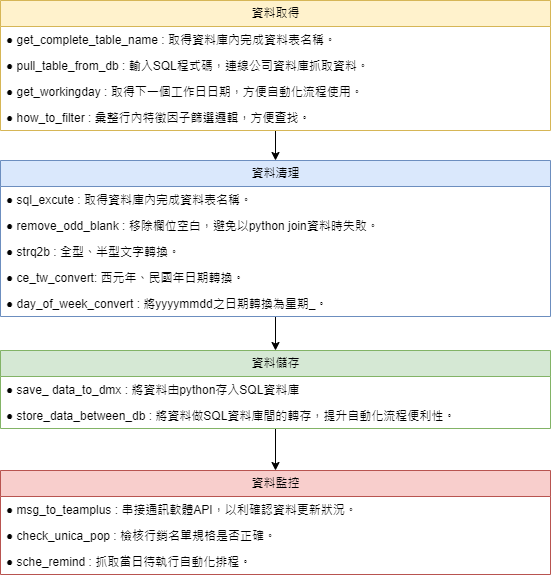
This is 智數組專用套件.png from RolandoHsu/py_package_c834, a draw.io export, as it was before one commit. Source tidied: cells renumbered, new cells last; positions are measured from the earlier drawing's top-left corner, leaving out a move shared by most shapes. The source it was exported from:
```xml
<mxGraphModel>
  <root>
    <mxCell id="0" />
    <mxCell id="1" parent="0" />
    <mxCell id="2" style="edgeStyle=orthogonalEdgeStyle;rounded=0;jettySize=auto;html=1;entryX=0.5;entryY=0;entryDx=0;entryDy=0;" parent="1" edge="1" source="3" target="9">
      <mxGeometry relative="1" as="geometry" />
    </mxCell>
    <mxCell id="3" value="資料取得" style="swimlane;fontStyle=0;horizontal=1;startSize=26;fillColor=#fff2cc;html=1;strokeColor=#d6b656;" parent="1" vertex="1">
      <mxGeometry width="550" height="130" as="geometry" />
    </mxCell>
    <mxCell id="4" value="● get_complete_table_name : 取得資料庫內完成資料表名稱。" style="text;strokeColor=none;fillColor=none;align=left;verticalAlign=top;spacingLeft=4;spacingRight=4;overflow=hidden;whiteSpace=wrap;html=1;" parent="3" vertex="1">
      <mxGeometry y="26" width="550" height="26" as="geometry" />
    </mxCell>
    <mxCell id="5" value="●&amp;nbsp;pull_table_from_db : 輸入SQL程式碼，連線公司資料庫抓取資料。" style="text;strokeColor=none;fillColor=none;align=left;verticalAlign=top;spacingLeft=4;spacingRight=4;overflow=hidden;whiteSpace=wrap;html=1;" parent="3" vertex="1">
      <mxGeometry y="52" width="550" height="26" as="geometry" />
    </mxCell>
    <mxCell id="6" value="●&amp;nbsp;get_workingday : 取得下一個工作日日期，方便自動化流程使用。" style="text;strokeColor=none;fillColor=none;align=left;verticalAlign=top;spacingLeft=4;spacingRight=4;overflow=hidden;whiteSpace=wrap;html=1;" parent="3" vertex="1">
      <mxGeometry y="78" width="550" height="26" as="geometry" />
    </mxCell>
    <mxCell id="7" value="●&amp;nbsp;how_to_filter : 彙整行內特徵因子篩選邏輯，方便查找。" style="text;strokeColor=none;fillColor=none;align=left;verticalAlign=top;spacingLeft=4;spacingRight=4;overflow=hidden;whiteSpace=wrap;html=1;" parent="3" vertex="1">
      <mxGeometry y="104" width="550" height="26" as="geometry" />
    </mxCell>
    <mxCell id="8" style="edgeStyle=orthogonalEdgeStyle;rounded=0;jettySize=auto;html=1;" parent="1" edge="1" source="9" target="16">
      <mxGeometry relative="1" as="geometry" />
    </mxCell>
    <mxCell id="9" value="資料清理" style="swimlane;fontStyle=0;horizontal=1;startSize=26;fillColor=#dae8fc;html=1;strokeColor=#6c8ebf;" parent="1" vertex="1">
      <mxGeometry y="160" width="550" height="156" as="geometry" />
    </mxCell>
    <mxCell id="10" value="●&amp;nbsp;sql_excute : 取得資料庫內完成資料表名稱。" style="text;strokeColor=none;fillColor=none;align=left;verticalAlign=top;spacingLeft=4;spacingRight=4;overflow=hidden;whiteSpace=wrap;html=1;" parent="9" vertex="1">
      <mxGeometry y="26" width="550" height="26" as="geometry" />
    </mxCell>
    <mxCell id="11" value="● remove_odd_blank : 移除欄位空白，避免以python join資料時失敗。" style="text;strokeColor=none;fillColor=none;align=left;verticalAlign=top;spacingLeft=4;spacingRight=4;overflow=hidden;whiteSpace=wrap;html=1;" parent="9" vertex="1">
      <mxGeometry y="52" width="550" height="26" as="geometry" />
    </mxCell>
    <mxCell id="12" value="●&amp;nbsp;strq2b : 全型、半型文字轉換。" style="text;strokeColor=none;fillColor=none;align=left;verticalAlign=top;spacingLeft=4;spacingRight=4;overflow=hidden;whiteSpace=wrap;html=1;" parent="9" vertex="1">
      <mxGeometry y="78" width="550" height="26" as="geometry" />
    </mxCell>
    <mxCell id="13" value="● ce_tw_convert: 西元年、民國年日期轉換。" style="text;strokeColor=none;fillColor=none;align=left;verticalAlign=top;spacingLeft=4;spacingRight=4;overflow=hidden;whiteSpace=wrap;html=1;" parent="9" vertex="1">
      <mxGeometry y="104" width="550" height="26" as="geometry" />
    </mxCell>
    <mxCell id="14" value="●&amp;nbsp;day_of_week_convert : 將yyyymmdd之日期轉換為星期_。" style="text;strokeColor=none;fillColor=none;align=left;verticalAlign=top;spacingLeft=4;spacingRight=4;overflow=hidden;whiteSpace=wrap;html=1;" parent="9" vertex="1">
      <mxGeometry y="130" width="550" height="26" as="geometry" />
    </mxCell>
    <mxCell id="15" style="edgeStyle=orthogonalEdgeStyle;rounded=0;jettySize=auto;html=1;entryX=0.5;entryY=0;entryDx=0;entryDy=0;" parent="1" edge="1" source="16" target="19">
      <mxGeometry relative="1" as="geometry" />
    </mxCell>
    <mxCell id="16" value="資料儲存" style="swimlane;fontStyle=0;horizontal=1;startSize=26;fillColor=#d5e8d4;html=1;strokeColor=#82b366;" parent="1" vertex="1">
      <mxGeometry y="350" width="550" height="78" as="geometry" />
    </mxCell>
    <mxCell id="17" value="●&amp;nbsp;save_ data_to_dmx : 將資料由python存入SQL資料庫" style="text;strokeColor=none;fillColor=none;align=left;verticalAlign=top;spacingLeft=4;spacingRight=4;overflow=hidden;whiteSpace=wrap;html=1;" parent="16" vertex="1">
      <mxGeometry y="26" width="550" height="26" as="geometry" />
    </mxCell>
    <mxCell id="18" value="●&amp;nbsp;store_data_between_db : 將資料做SQL資料庫間的轉存，提升自動化流程便利性。" style="text;strokeColor=none;fillColor=none;align=left;verticalAlign=top;spacingLeft=4;spacingRight=4;overflow=hidden;whiteSpace=wrap;html=1;" parent="16" vertex="1">
      <mxGeometry y="52" width="550" height="26" as="geometry" />
    </mxCell>
    <mxCell id="19" value="資料監控" style="swimlane;fontStyle=0;horizontal=1;startSize=26;fillColor=#f8cecc;html=1;strokeColor=#b85450;" parent="1" vertex="1">
      <mxGeometry y="470" width="550" height="104" as="geometry" />
    </mxCell>
    <mxCell id="20" value="●&amp;nbsp;msg_to_teamplus : 串接通訊軟體API，以利確認資料更新狀況。" style="text;strokeColor=none;fillColor=none;align=left;verticalAlign=top;spacingLeft=4;spacingRight=4;overflow=hidden;whiteSpace=wrap;html=1;" parent="19" vertex="1">
      <mxGeometry y="26" width="550" height="26" as="geometry" />
    </mxCell>
    <mxCell id="21" value="● check_unica_pop : 檢核行銷名單規格是否正確。" style="text;strokeColor=none;fillColor=none;align=left;verticalAlign=top;spacingLeft=4;spacingRight=4;overflow=hidden;whiteSpace=wrap;html=1;" parent="19" vertex="1">
      <mxGeometry y="52" width="550" height="26" as="geometry" />
    </mxCell>
    <mxCell id="22" value="●&amp;nbsp;sche_remind : 抓取當日待執行自動化排程。" style="text;strokeColor=none;fillColor=none;align=left;verticalAlign=top;spacingLeft=4;spacingRight=4;overflow=hidden;whiteSpace=wrap;html=1;" parent="19" vertex="1">
      <mxGeometry y="78" width="550" height="26" as="geometry" />
    </mxCell>
  </root>
</mxGraphModel>
```
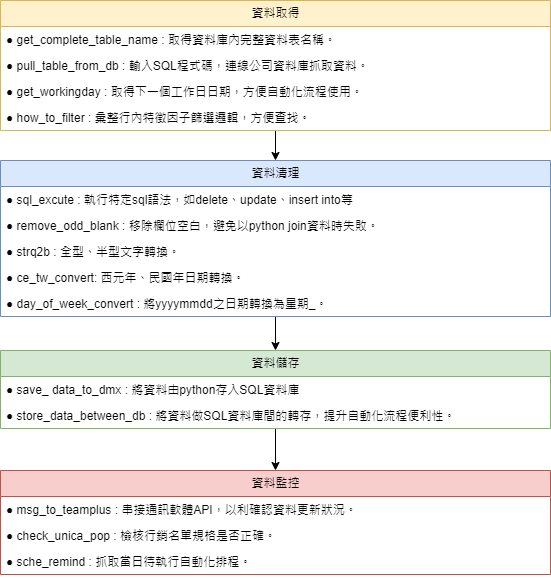
The same diagram one commit later.

What changed in the source:
```diff
@@ -8,7 +8,7 @@
     <mxCell id="3" value="資料取得" style="swimlane;fontStyle=0;horizontal=1;startSize=26;fillColor=#fff2cc;html=1;strokeColor=#d6b656;" parent="1" vertex="1">
       <mxGeometry width="550" height="130" as="geometry" />
     </mxCell>
-    <mxCell id="4" value="● get_complete_table_name : 取得資料庫內完成資料表名稱。" style="text;strokeColor=none;fillColor=none;align=left;verticalAlign=top;spacingLeft=4;spacingRight=4;overflow=hidden;whiteSpace=wrap;html=1;" parent="3" vertex="1">
+    <mxCell id="4" value="● get_complete_table_name : 取得資料庫內完整資料表名稱。" style="text;strokeColor=none;fillColor=none;align=left;verticalAlign=top;spacingLeft=4;spacingRight=4;overflow=hidden;whiteSpace=wrap;html=1;" parent="3" vertex="1">
       <mxGeometry y="26" width="550" height="26" as="geometry" />
     </mxCell>
     <mxCell id="5" value="●&amp;nbsp;pull_table_from_db : 輸入SQL程式碼，連線公司資料庫抓取資料。" style="text;strokeColor=none;fillColor=none;align=left;verticalAlign=top;spacingLeft=4;spacingRight=4;overflow=hidden;whiteSpace=wrap;html=1;" parent="3" vertex="1">
@@ -26,7 +26,7 @@
     <mxCell id="9" value="資料清理" style="swimlane;fontStyle=0;horizontal=1;startSize=26;fillColor=#dae8fc;html=1;strokeColor=#6c8ebf;" parent="1" vertex="1">
       <mxGeometry y="160" width="550" height="156" as="geometry" />
     </mxCell>
-    <mxCell id="10" value="●&amp;nbsp;sql_excute : 取得資料庫內完成資料表名稱。" style="text;strokeColor=none;fillColor=none;align=left;verticalAlign=top;spacingLeft=4;spacingRight=4;overflow=hidden;whiteSpace=wrap;html=1;" parent="9" vertex="1">
+    <mxCell id="10" value="●&amp;nbsp;sql_excute : 執行特定sql語法，如delete、update、insert into等" style="text;strokeColor=none;fillColor=none;align=left;verticalAlign=top;spacingLeft=4;spacingRight=4;overflow=hidden;whiteSpace=wrap;html=1;" parent="9" vertex="1">
       <mxGeometry y="26" width="550" height="26" as="geometry" />
     </mxCell>
     <mxCell id="11" value="● remove_odd_blank : 移除欄位空白，避免以python join資料時失敗。" style="text;strokeColor=none;fillColor=none;align=left;verticalAlign=top;spacingLeft=4;spacingRight=4;overflow=hidden;whiteSpace=wrap;html=1;" parent="9" vertex="1">
```
